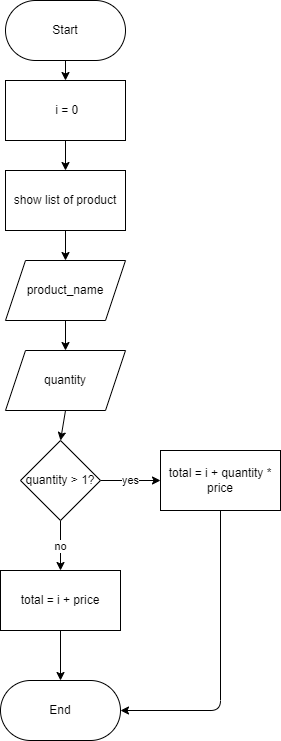
This is flowchart.drawio.png from dekifx/deki-cashier_app, a draw.io export, as it was before one commit. Source tidied: cells renumbered, new cells last; positions are measured from the earlier drawing's top-left corner, leaving out a move shared by most shapes.
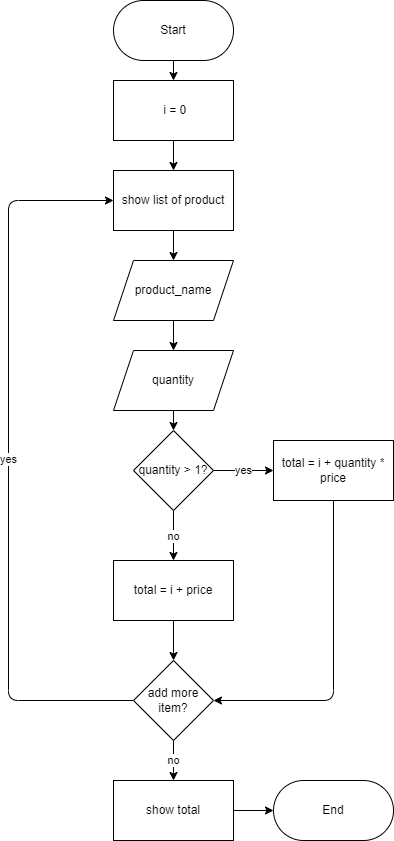
The same diagram one commit later.

Commit message:
revise pseudocode to allow multiple item in one transaction

Diff of the diagram source:
```diff
@@ -8,6 +8,9 @@
     <mxCell id="3" value="Start" style="rounded=1;whiteSpace=wrap;html=1;glass=0;sketch=0;imageWidth=24;arcSize=50;" parent="1" vertex="1">
       <mxGeometry x="5" width="120" height="60" as="geometry" />
     </mxCell>
+    <mxCell id="19" value="End" style="rounded=1;whiteSpace=wrap;html=1;glass=0;sketch=0;imageWidth=24;arcSize=50;" parent="1" vertex="1">
+      <mxGeometry x="165" y="780" width="120" height="60" as="geometry" />
+    </mxCell>
     <mxCell id="4" style="edgeStyle=none;html=1;" parent="1" edge="1" source="5" target="7">
       <mxGeometry relative="1" as="geometry" />
     </mxCell>
@@ -20,18 +23,12 @@
     <mxCell id="7" value="product_name" style="shape=parallelogram;perimeter=parallelogramPerimeter;whiteSpace=wrap;html=1;fixedSize=1;rounded=0;glass=0;sketch=0;" parent="1" vertex="1">
       <mxGeometry x="5" y="260" width="120" height="60" as="geometry" />
     </mxCell>
-    <mxCell id="8" style="edgeStyle=none;html=1;exitX=0.5;exitY=1;exitDx=0;exitDy=0;entryX=0.5;entryY=0;entryDx=0;entryDy=0;" parent="1" edge="1" source="9" target="14">
+    <mxCell id="8" style="edgeStyle=none;html=1;" parent="1" edge="1" source="9" target="14">
       <mxGeometry relative="1" as="geometry" />
     </mxCell>
     <mxCell id="9" value="quantity" style="shape=parallelogram;perimeter=parallelogramPerimeter;whiteSpace=wrap;html=1;fixedSize=1;rounded=0;glass=0;sketch=0;" parent="1" vertex="1">
       <mxGeometry x="5" y="350" width="120" height="60" as="geometry" />
     </mxCell>
-    <mxCell id="10" style="edgeStyle=none;html=1;entryX=0.5;entryY=0;entryDx=0;entryDy=0;" parent="1" edge="1" source="11" target="5">
-      <mxGeometry relative="1" as="geometry" />
-    </mxCell>
-    <mxCell id="11" value="&amp;nbsp;i = 0" style="rounded=0;whiteSpace=wrap;html=1;glass=0;sketch=0;" parent="1" vertex="1">
-      <mxGeometry x="5" y="80" width="120" height="60" as="geometry" />
-    </mxCell>
     <mxCell id="12" value="yes" style="edgeStyle=none;html=1;" parent="1" edge="1" source="14" target="16">
       <mxGeometry relative="1" as="geometry" />
     </mxCell>
@@ -39,26 +36,49 @@
       <mxGeometry relative="1" as="geometry" />
     </mxCell>
     <mxCell id="14" value="quantity &amp;gt; 1?" style="rhombus;whiteSpace=wrap;html=1;rounded=0;glass=0;sketch=0;" parent="1" vertex="1">
-      <mxGeometry x="20" y="440" width="80" height="80" as="geometry" />
+      <mxGeometry x="25" y="430" width="80" height="80" as="geometry" />
     </mxCell>
-    <mxCell id="15" style="edgeStyle=none;html=1;exitX=0.5;exitY=1;exitDx=0;exitDy=0;entryX=1;entryY=0.5;entryDx=0;entryDy=0;" parent="1" edge="1" source="16" target="19">
-      <mxGeometry relative="1" as="geometry">
-        <Array as="points">
-          <mxPoint x="220" y="710" />
-        </Array>
-      </mxGeometry>
-    </mxCell>
+    <mxCell id="20" style="edgeStyle=none;html=1;entryX=1;entryY=0.5;entryDx=0;entryDy=0;" parent="1" edge="1" source="16" target="24">
+      <mxGeometry relative="1" as="geometry">
+        <Array as="points">
+          <mxPoint x="225" y="700" />
+        </Array>
+      </mxGeometry>
+    </mxCell>
     <mxCell id="16" value="total = i + quantity * price" style="whiteSpace=wrap;html=1;rounded=0;glass=0;sketch=0;" parent="1" vertex="1">
-      <mxGeometry x="160" y="450" width="120" height="60" as="geometry" />
+      <mxGeometry x="165" y="440" width="120" height="60" as="geometry" />
     </mxCell>
-    <mxCell id="17" style="edgeStyle=none;html=1;exitX=0.5;exitY=1;exitDx=0;exitDy=0;entryX=0.5;entryY=0;entryDx=0;entryDy=0;" parent="1" edge="1" source="18" target="19">
-      <mxGeometry relative="1" as="geometry" />
-    </mxCell>
+    <mxCell id="10" style="edgeStyle=none;html=1;entryX=0.5;entryY=0;entryDx=0;entryDy=0;" parent="1" edge="1" source="11" target="5">
+      <mxGeometry relative="1" as="geometry" />
+    </mxCell>
+    <mxCell id="11" value="&amp;nbsp;i = 0" style="rounded=0;whiteSpace=wrap;html=1;glass=0;sketch=0;" parent="1" vertex="1">
+      <mxGeometry x="5" y="80" width="120" height="60" as="geometry" />
+    </mxCell>
+    <mxCell id="21" style="edgeStyle=none;html=1;" parent="1" edge="1" source="18" target="24">
+      <mxGeometry relative="1" as="geometry" />
+    </mxCell>
     <mxCell id="18" value="total = i + price" style="whiteSpace=wrap;html=1;rounded=0;glass=0;sketch=0;" parent="1" vertex="1">
-      <mxGeometry y="570" width="120" height="60" as="geometry" />
+      <mxGeometry x="5" y="560" width="120" height="60" as="geometry" />
     </mxCell>
-    <mxCell id="19" value="End" style="rounded=1;whiteSpace=wrap;html=1;glass=0;sketch=0;imageWidth=24;arcSize=50;" parent="1" vertex="1">
-      <mxGeometry y="680" width="120" height="60" as="geometry" />
-    </mxCell>
+    <mxCell id="22" value="no" style="edgeStyle=none;html=1;" parent="1" edge="1" source="24" target="26">
+      <mxGeometry relative="1" as="geometry" />
+    </mxCell>
+    <mxCell id="23" value="yes" style="edgeStyle=none;html=1;exitX=0;exitY=0.5;exitDx=0;exitDy=0;entryX=0;entryY=0.5;entryDx=0;entryDy=0;" parent="1" edge="1" source="24" target="5">
+      <mxGeometry relative="1" as="geometry">
+        <Array as="points">
+          <mxPoint x="-100" y="700" />
+          <mxPoint x="-100" y="200" />
+        </Array>
+      </mxGeometry>
+    </mxCell>
+    <mxCell id="24" value="add more item?" style="rhombus;whiteSpace=wrap;html=1;rounded=0;glass=0;sketch=0;" parent="1" vertex="1">
+      <mxGeometry x="25" y="660" width="80" height="80" as="geometry" />
+    </mxCell>
+    <mxCell id="25" style="edgeStyle=none;html=1;exitX=1;exitY=0.5;exitDx=0;exitDy=0;" parent="1" edge="1" source="26" target="19">
+      <mxGeometry relative="1" as="geometry" />
+    </mxCell>
+    <mxCell id="26" value="show total" style="whiteSpace=wrap;html=1;rounded=0;glass=0;sketch=0;" parent="1" vertex="1">
+      <mxGeometry x="5" y="780" width="120" height="60" as="geometry" />
+    </mxCell>
   </root>
 </mxGraphModel>
```
